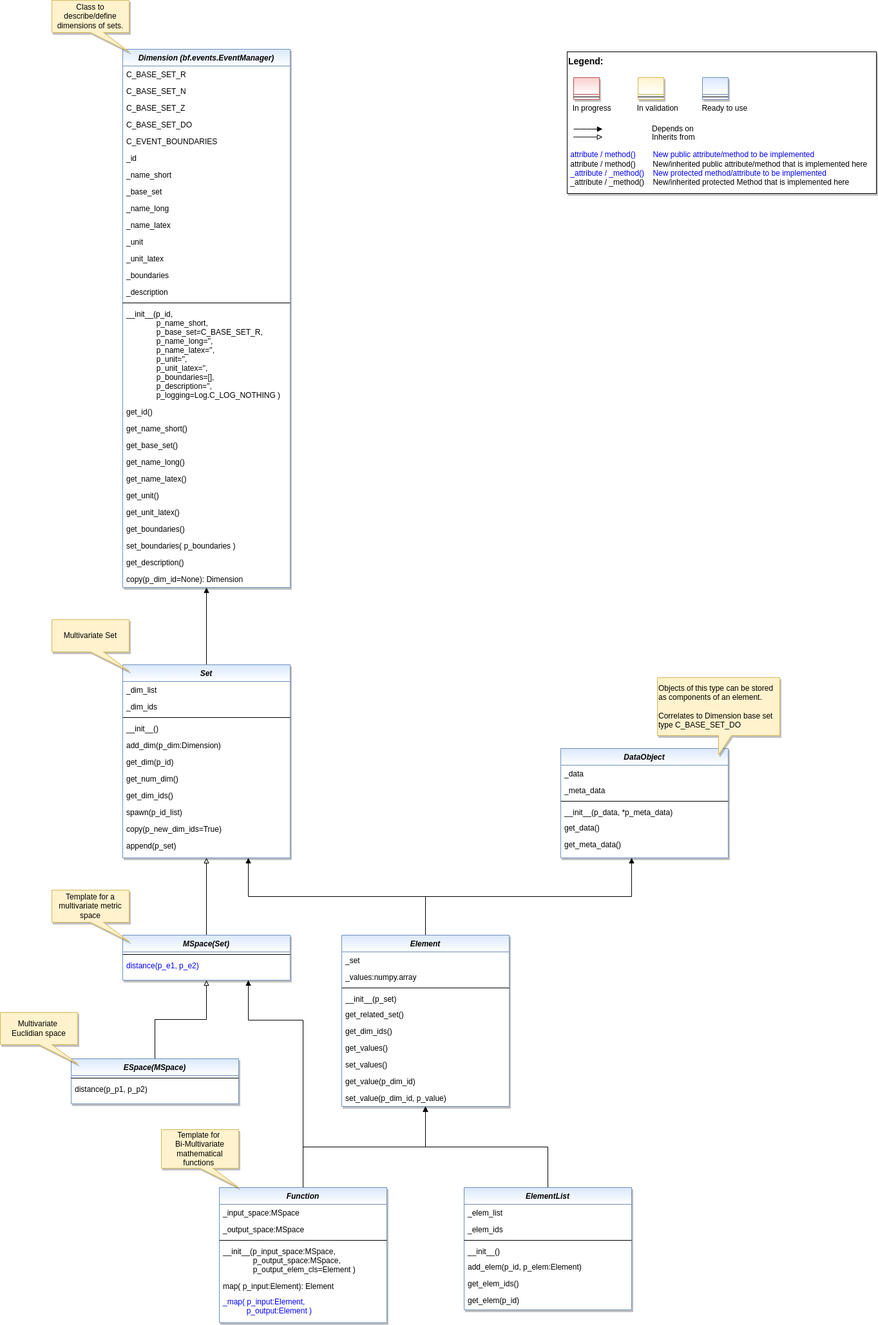
This is doc/rtd/content/append2/core/images/bf/MLPro-BF-Math_class_diagram.drawio.png from fhswf/MLPro, a draw.io export, as it was before one commit. Source tidied: cells renumbered, new cells last; positions are measured from the earlier drawing's top-left corner, leaving out a move shared by most shapes.
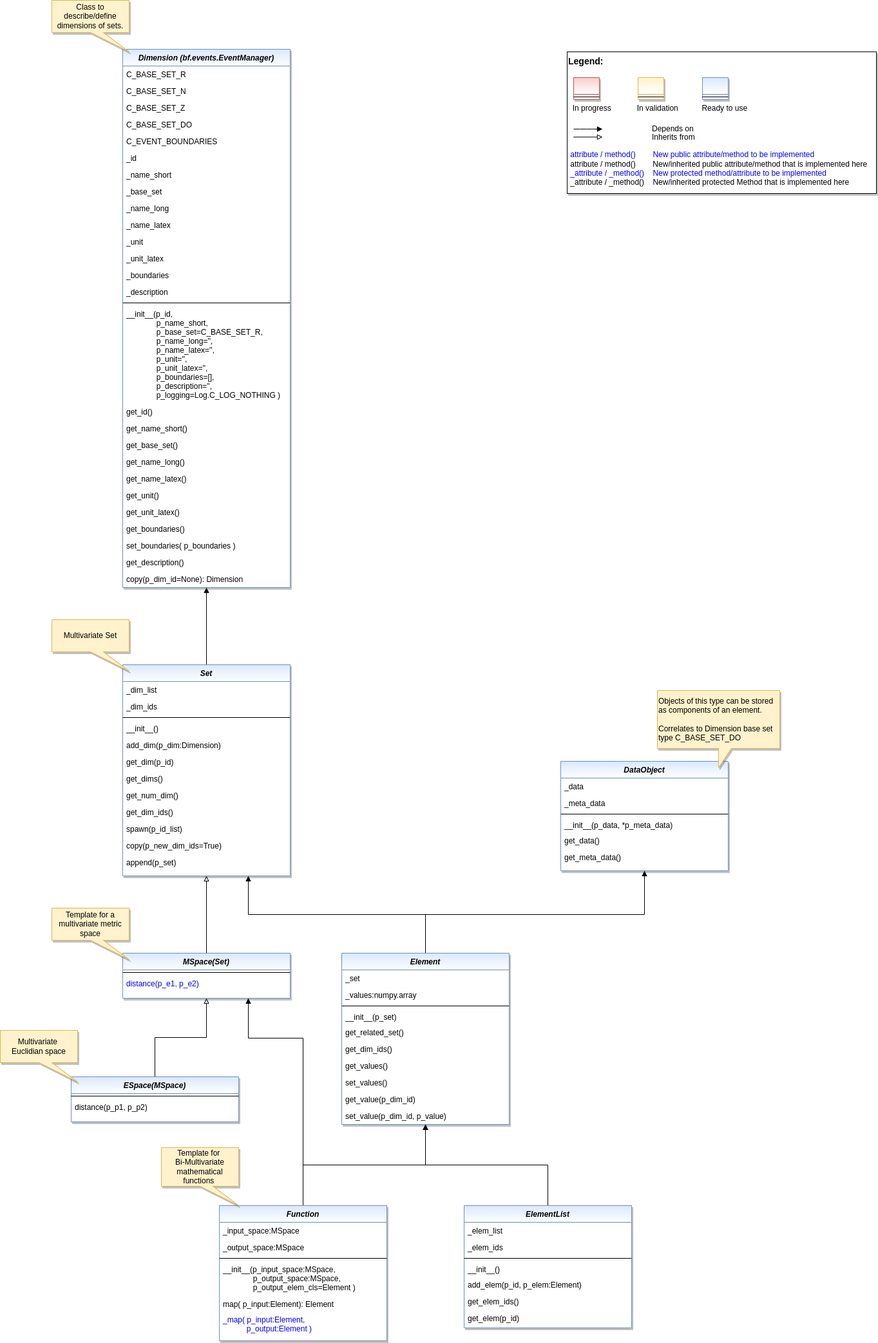
Above is the later version.

Diff of the diagram source:
```diff
@@ -6,7 +6,7 @@
       <mxGeometry relative="1" as="geometry" />
     </mxCell>
     <mxCell id="3" value="Set" style="swimlane;fontStyle=3;align=center;verticalAlign=top;horizontal=1;startSize=26;rounded=0;shadow=1;strokeWidth=1;fillColor=#dae8fc;strokeColor=#6c8ebf;gradientColor=#ffffff;swimlaneFillColor=#ffffff;" parent="1" vertex="1">
-      <mxGeometry x="190" y="1032" width="260" height="300" as="geometry" />
+      <mxGeometry x="190" y="1004" width="260" height="328" as="geometry" />
     </mxCell>
     <mxCell id="4" value="_dim_list" style="text;align=left;verticalAlign=top;spacingLeft=4;spacingRight=4;overflow=hidden;" parent="3" vertex="1">
       <mxGeometry y="26" width="260" height="26" as="geometry" />
@@ -26,23 +26,26 @@
     <mxCell id="9" value="get_dim(p_id)" style="text;align=left;verticalAlign=top;spacingLeft=4;spacingRight=4;overflow=hidden;" parent="3" vertex="1">
       <mxGeometry y="138" width="260" height="26" as="geometry" />
     </mxCell>
+    <mxCell id="107" value="get_dims()" style="text;align=left;verticalAlign=top;spacingLeft=4;spacingRight=4;overflow=hidden;" parent="3" vertex="1">
+      <mxGeometry y="164" width="260" height="26" as="geometry" />
+    </mxCell>
     <mxCell id="10" value="get_num_dim()" style="text;align=left;verticalAlign=top;spacingLeft=4;spacingRight=4;overflow=hidden;" parent="3" vertex="1">
-      <mxGeometry y="164" width="260" height="26" as="geometry" />
+      <mxGeometry y="190" width="260" height="26" as="geometry" />
     </mxCell>
     <mxCell id="11" value="get_dim_ids()" style="text;align=left;verticalAlign=top;spacingLeft=4;spacingRight=4;overflow=hidden;" parent="3" vertex="1">
-      <mxGeometry y="190" width="260" height="26" as="geometry" />
+      <mxGeometry y="216" width="260" height="26" as="geometry" />
     </mxCell>
     <mxCell id="12" value="spawn(p_id_list)" style="text;align=left;verticalAlign=top;spacingLeft=4;spacingRight=4;overflow=hidden;" parent="3" vertex="1">
-      <mxGeometry y="216" width="260" height="26" as="geometry" />
+      <mxGeometry y="242" width="260" height="26" as="geometry" />
     </mxCell>
     <mxCell id="13" value="copy(p_new_dim_ids=True)" style="text;align=left;verticalAlign=top;spacingLeft=4;spacingRight=4;overflow=hidden;" parent="3" vertex="1">
-      <mxGeometry y="242" width="260" height="26" as="geometry" />
+      <mxGeometry y="268" width="260" height="26" as="geometry" />
     </mxCell>
     <mxCell id="14" value="append(p_set)" style="text;align=left;verticalAlign=top;spacingLeft=4;spacingRight=4;overflow=hidden;" parent="3" vertex="1">
-      <mxGeometry y="268" width="260" height="26" as="geometry" />
+      <mxGeometry y="294" width="260" height="26" as="geometry" />
     </mxCell>
     <mxCell id="15" value="Dimension (bf.events.EventManager)" style="swimlane;fontStyle=3;align=center;verticalAlign=top;horizontal=1;startSize=26;rounded=0;shadow=1;strokeWidth=1;fillColor=#dae8fc;strokeColor=#6c8ebf;glass=0;gradientColor=#ffffff;swimlaneFillColor=#ffffff;" parent="1" vertex="1">
-      <mxGeometry x="190" y="76" width="260" height="836" as="geometry" />
+      <mxGeometry x="190" y="48" width="260" height="836" as="geometry" />
     </mxCell>
     <mxCell id="16" value="C_BASE_SET_R" style="text;align=left;verticalAlign=top;spacingLeft=4;spacingRight=4;overflow=hidden;" parent="15" vertex="1">
       <mxGeometry y="26" width="260" height="26" as="geometry" />
@@ -125,22 +128,22 @@
     <mxCell id="42" value="copy(p_dim_id=None): Dimension" style="text;align=left;verticalAlign=top;spacingLeft=4;spacingRight=4;overflow=hidden;" parent="15" vertex="1">
       <mxGeometry y="810" width="260" height="26" as="geometry" />
     </mxCell>
-    <mxCell id="43" style="edgeStyle=orthogonalEdgeStyle;rounded=0;jettySize=auto;html=1;exitX=0.5;exitY=0;exitDx=0;exitDy=0;endArrow=block;endFill=1;" parent="1" edge="1" source="66" target="46">
+    <mxCell id="43" style="edgeStyle=orthogonalEdgeStyle;rounded=0;jettySize=auto;html=1;exitX=0.5;exitY=0;exitDx=0;exitDy=0;endArrow=block;endFill=1;entryX=0.5;entryY=1;entryDx=0;entryDy=0;" parent="1" edge="1" source="66" target="46">
       <mxGeometry relative="1" as="geometry">
         <Array as="points">
           <mxPoint x="660" y="1392" />
-          <mxPoint x="980" y="1392" />
+          <mxPoint x="1000" y="1392" />
         </Array>
       </mxGeometry>
     </mxCell>
-    <mxCell id="44" style="edgeStyle=orthogonalEdgeStyle;rounded=0;jettySize=auto;html=1;endArrow=block;endFill=0;" parent="1" edge="1" source="81" target="3">
+    <mxCell id="44" style="edgeStyle=orthogonalEdgeStyle;rounded=0;jettySize=auto;html=1;endArrow=block;endFill=0;entryX=0.5;entryY=1;entryDx=0;entryDy=0;" parent="1" edge="1" source="81" target="3">
       <mxGeometry relative="1" as="geometry" />
     </mxCell>
     <mxCell id="45" value="Multivariate Set" style="shape=callout;whiteSpace=wrap;html=1;perimeter=calloutPerimeter;fillColor=#fff2cc;strokeColor=#d6b656;shadow=1;position2=1;" parent="1" vertex="1">
-      <mxGeometry x="80" y="962" width="120" height="80" as="geometry" />
+      <mxGeometry x="80" y="934" width="120" height="80" as="geometry" />
     </mxCell>
     <mxCell id="46" value="DataObject" style="swimlane;fontStyle=3;align=center;verticalAlign=top;horizontal=1;startSize=26;rounded=0;shadow=1;strokeWidth=1;fillColor=#dae8fc;strokeColor=#6c8ebf;gradientColor=#ffffff;swimlaneFillColor=#ffffff;" parent="1" vertex="1">
-      <mxGeometry x="870" y="1162" width="260" height="170" as="geometry" />
+      <mxGeometry x="870" y="1154" width="260" height="170" as="geometry" />
     </mxCell>
     <mxCell id="47" value="_data" style="text;align=left;verticalAlign=top;spacingLeft=4;spacingRight=4;overflow=hidden;" parent="46" vertex="1">
       <mxGeometry y="26" width="260" height="26" as="geometry" />
@@ -161,13 +164,13 @@
       <mxGeometry y="136" width="260" height="26" as="geometry" />
     </mxCell>
     <mxCell id="53" value="Objects of this type can be stored as components of an element.&lt;br&gt;&lt;br&gt;Correlates to Dimension base set type C_BASE_SET_DO" style="shape=callout;whiteSpace=wrap;html=1;perimeter=calloutPerimeter;fillColor=#fff2cc;strokeColor=#d6b656;align=left;shadow=1;" parent="1" vertex="1">
-      <mxGeometry x="1020" y="1052" width="190" height="120" as="geometry" />
+      <mxGeometry x="1020" y="1044" width="190" height="120" as="geometry" />
     </mxCell>
     <mxCell id="54" value="Class to describe/define dimensions of sets." style="shape=callout;whiteSpace=wrap;html=1;perimeter=calloutPerimeter;fillColor=#fff2cc;strokeColor=#d6b656;shadow=1;position2=1;" parent="1" vertex="1">
-      <mxGeometry x="80" width="120" height="80" as="geometry" />
+      <mxGeometry x="80" y="-28" width="120" height="80" as="geometry" />
     </mxCell>
     <mxCell id="55" style="group;" parent="1" vertex="1">
-      <mxGeometry x="880" y="80" width="480" height="220" as="geometry" />
+      <mxGeometry x="880" y="52" width="480" height="220" as="geometry" />
     </mxCell>
     <mxCell id="56" value="&lt;font color=&quot;#000000&quot; size=&quot;1&quot;&gt;&lt;b style=&quot;font-size: 14px&quot;&gt;Legend:&lt;br&gt;&lt;/b&gt;&lt;/font&gt;&lt;br&gt;&lt;br&gt;&lt;br&gt;&lt;font color=&quot;#0000ff&quot; style=&quot;font-size: 6px&quot;&gt;&lt;br&gt;&lt;/font&gt;&lt;span style=&quot;color: rgb(0 , 0 , 0)&quot;&gt;&lt;font style=&quot;font-size: 4px&quot;&gt;&amp;nbsp; &amp;nbsp;&lt;/font&gt;&amp;nbsp;In progress&amp;nbsp; &amp;nbsp; &amp;nbsp; &amp;nbsp; &amp;nbsp; &amp;nbsp; In validation&amp;nbsp; &amp;nbsp; &amp;nbsp; &amp;nbsp; &amp;nbsp; &amp;nbsp;Ready to use&lt;/span&gt;&lt;font color=&quot;#000000&quot;&gt;&amp;nbsp;&lt;br&gt;&lt;/font&gt;&lt;font color=&quot;#0000ff&quot;&gt;&lt;br&gt;&lt;br&gt;&lt;br&gt;&lt;br&gt;&amp;nbsp;attribute / method()&amp;nbsp; &amp;nbsp; &amp;nbsp; &amp;nbsp; New public attribute/method to be implemented&lt;/font&gt;&lt;br&gt;&lt;font color=&quot;#000000&quot;&gt;&amp;nbsp;&lt;/font&gt;&lt;font color=&quot;#000000&quot;&gt;attribute / method()&lt;span&gt;&#9;&lt;/span&gt;&amp;nbsp; &amp;nbsp; &amp;nbsp; &amp;nbsp;New/inherited public attribute/method that is implemented here&lt;br&gt;&lt;/font&gt;&lt;font color=&quot;#0000ff&quot;&gt;&amp;nbsp;_attribute /&amp;nbsp;&lt;/font&gt;&lt;font color=&quot;#0000ff&quot;&gt;_method()&amp;nbsp; &amp;nbsp; New protected method/attribute to be implemented&lt;/font&gt;&lt;br&gt;&lt;font color=&quot;#000000&quot;&gt;&amp;nbsp;_attribute / _method()&amp;nbsp; &amp;nbsp; New/inherited protected Method that is implemented here&lt;br&gt;&lt;/font&gt;&lt;font color=&quot;#000000&quot;&gt;&lt;br&gt;&lt;br&gt;&lt;br&gt;&lt;br&gt;&lt;br&gt;&lt;/font&gt;" style="text;html=1;align=left;verticalAlign=top;whiteSpace=wrap;rounded=0;fontColor=#006600;strokeColor=#000000;shadow=1;fillColor=#ffffff;" parent="55" vertex="1">
       <mxGeometry width="480" height="220" as="geometry" />
@@ -207,7 +210,7 @@
     <mxCell id="64" style="line;html=1;strokeWidth=1;align=left;verticalAlign=middle;spacingTop=-1;spacingLeft=3;spacingRight=3;labelPosition=right;" parent="63" vertex="1">
       <mxGeometry y="26" width="40" height="8" as="geometry" />
     </mxCell>
-    <mxCell id="65" style="edgeStyle=orthogonalEdgeStyle;rounded=0;jettySize=auto;html=1;entryX=0.75;entryY=1;entryDx=0;entryDy=0;endArrow=block;endFill=1;exitX=0.5;exitY=0;exitDx=0;exitDy=0;" parent="1" edge="1" source="66" target="3">
+    <mxCell id="65" style="edgeStyle=orthogonalEdgeStyle;rounded=0;jettySize=auto;html=1;entryX=0.75;entryY=1;entryDx=0;entryDy=0;endArrow=block;endFill=1;" parent="1" edge="1" source="66" target="3">
       <mxGeometry relative="1" as="geometry">
         <Array as="points">
           <mxPoint x="660" y="1392" />
```
